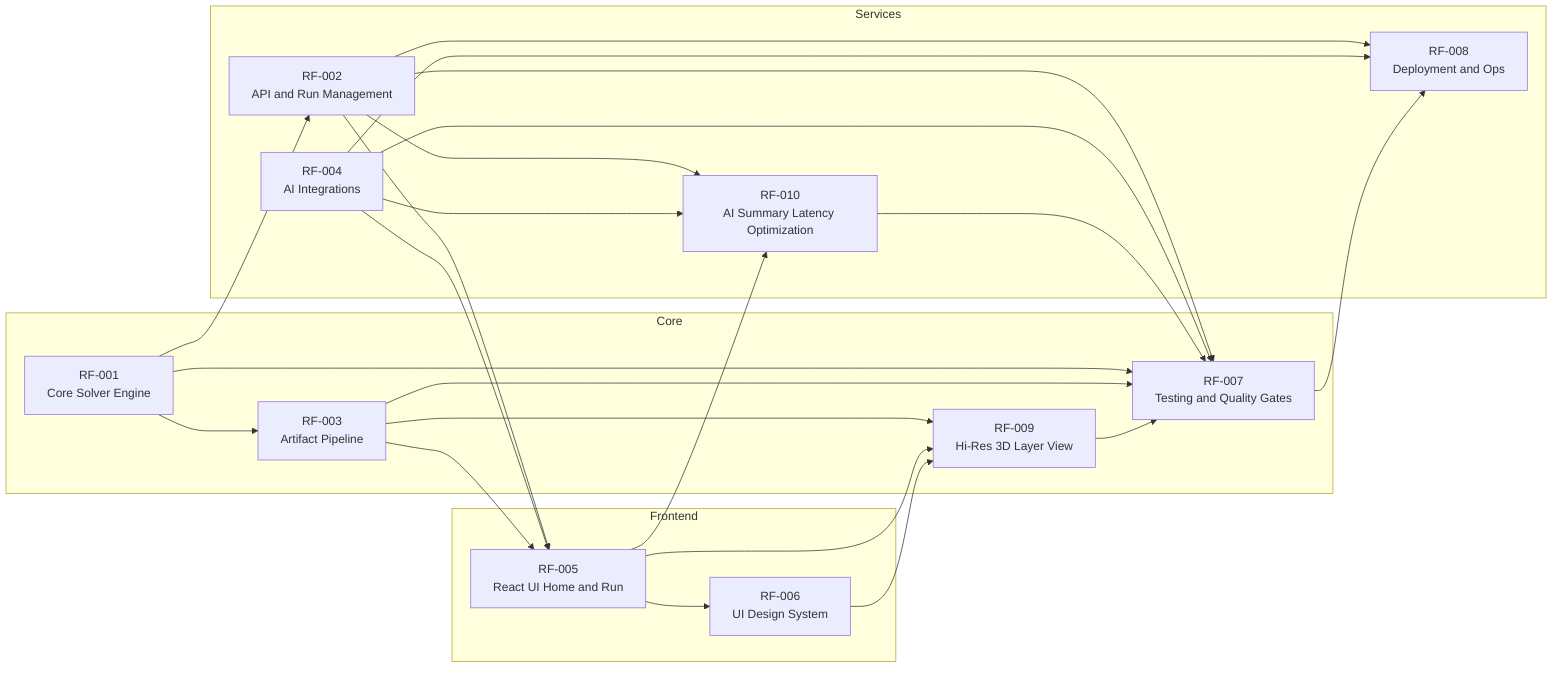
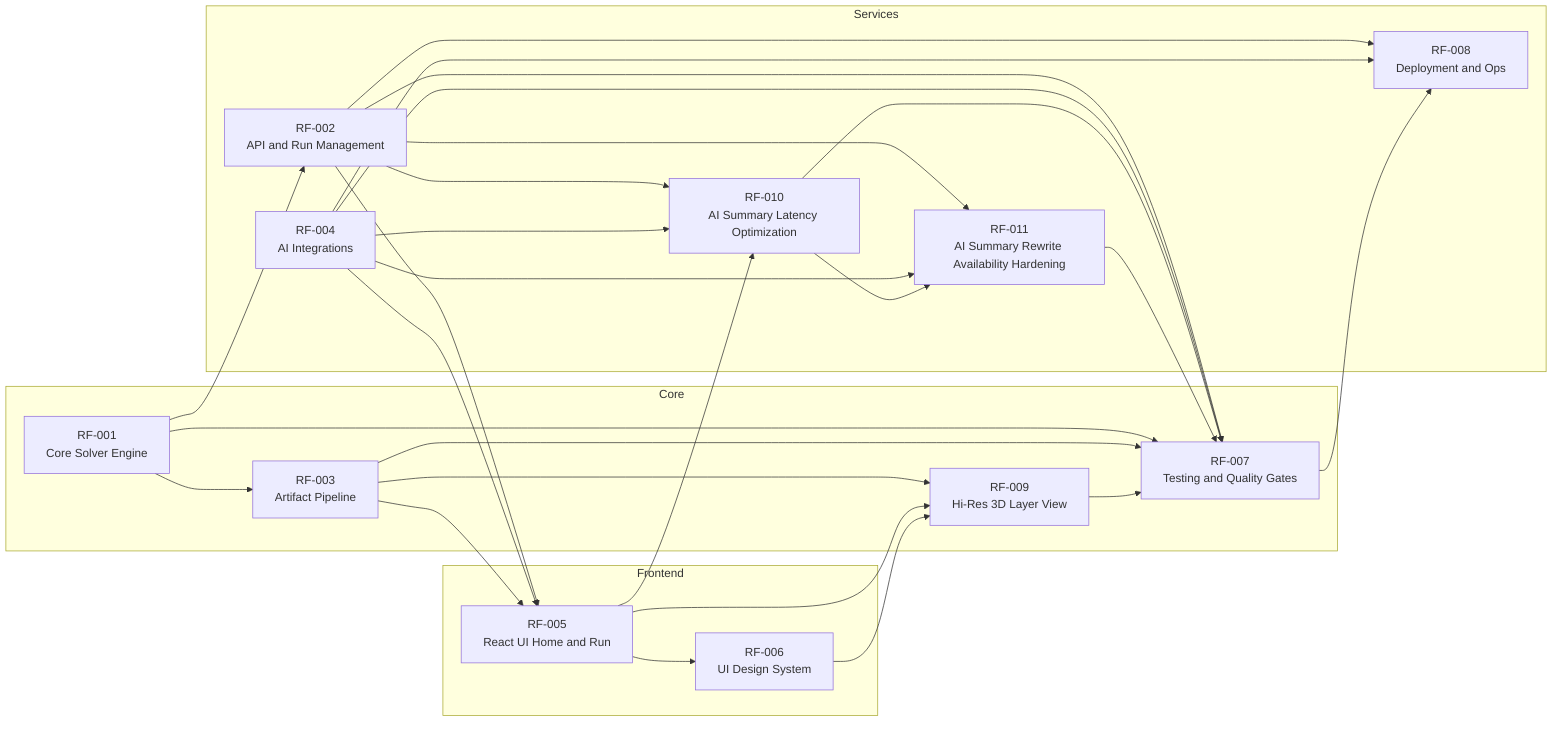
graph LR
    subgraph Core
        RF001[RF-001<br/>Core Solver Engine]
        RF003[RF-003<br/>Artifact Pipeline]
        RF007[RF-007<br/>Testing and Quality Gates]
        RF009[RF-009<br/>Hi-Res 3D Layer View]
    end

    subgraph Services
        RF002[RF-002<br/>API and Run Management]
        RF004[RF-004<br/>AI Integrations]
        RF010[RF-010<br/>AI Summary Latency Optimization]
+         RF011[RF-011<br/>AI Summary Rewrite Availability Hardening]
        RF008[RF-008<br/>Deployment and Ops]
    end

    subgraph Frontend
        RF005[RF-005<br/>React UI Home and Run]
        RF006[RF-006<br/>UI Design System]
    end

    RF001 --> RF002
    RF001 --> RF003
    RF002 --> RF005
    RF003 --> RF005
    RF004 --> RF005
    RF005 --> RF006
    RF001 --> RF007
    RF002 --> RF007
    RF003 --> RF007
    RF004 --> RF007
    RF002 --> RF008
    RF004 --> RF008
    RF007 --> RF008
    RF003 --> RF009
    RF005 --> RF009
    RF006 --> RF009
    RF009 --> RF007
    RF002 --> RF010
    RF004 --> RF010
    RF005 --> RF010
    RF010 --> RF007
+     RF002 --> RF011
+     RF004 --> RF011
+     RF010 --> RF011
+     RF011 --> RF007
